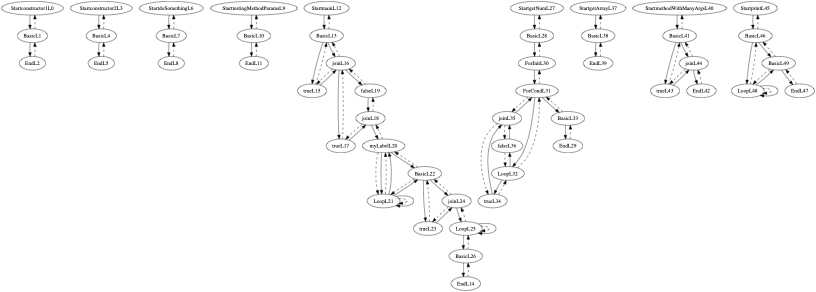
Earlier version of the Graphviz export cfg.png (thomassimko/thesis-code-duplication). Its source is kept beside it as cfg.gv.
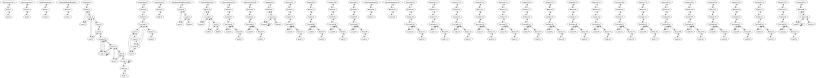
The same file after the commit.

Change to the diagram source:
```diff
@@ -94,16 +94,374 @@
 joinL44 -> EndL42
 EndL42 -> joinL44 [style=dashed]
 BasicL41 -> joinL44
-StartprintL45 -> BasicL46
-BasicL46 -> StartprintL45 [style=dashed]
-BasicL46 -> LoopL48
-LoopL48 -> BasicL46 [style=dashed]
-LoopL48 -> LoopL48 [style=dashed]
-LoopL48 -> LoopL48
-LoopL48 -> BasicL49
-BasicL49 -> BasicL46 [style=dashed]
-BasicL49 -> LoopL48 [style=dashed]
-BasicL49 -> EndL47
-EndL47 -> BasicL49 [style=dashed]
-BasicL46 -> BasicL49
+StartcheckPlanarL45 -> BasicL46
+BasicL46 -> StartcheckPlanarL45 [style=dashed]
+BasicL46 -> trueL48
+trueL48 -> BasicL46 [style=dashed]
+trueL48 -> joinL49
+joinL49 -> trueL48 [style=dashed]
+joinL49 -> BasicL46 [style=dashed]
+joinL49 -> trueL50
+trueL50 -> joinL49 [style=dashed]
+trueL50 -> joinL51
+joinL51 -> trueL50 [style=dashed]
+joinL51 -> joinL49 [style=dashed]
+joinL51 -> EndL47
+EndL47 -> joinL51 [style=dashed]
+joinL49 -> joinL51
+BasicL46 -> joinL49
+StartexactClone1L52 -> BasicL53
+BasicL53 -> StartexactClone1L52 [style=dashed]
+BasicL53 -> ForInitL55
+ForInitL55 -> BasicL53 [style=dashed]
+ForInitL55 -> ForCondL56
+ForCondL56 -> ForInitL55 [style=dashed]
+ForCondL56 -> LoopL57 [style=dashed]
+ForCondL56 -> LoopL57
+LoopL57 -> ForCondL56 [style=dashed]
+LoopL57 -> ForCondL56
+ForCondL56 -> BasicL58
+BasicL58 -> ForCondL56 [style=dashed]
+BasicL58 -> EndL54
+EndL54 -> BasicL58 [style=dashed]
+StartexactClone2L59 -> BasicL60
+BasicL60 -> StartexactClone2L59 [style=dashed]
+BasicL60 -> ForInitL62
+ForInitL62 -> BasicL60 [style=dashed]
+ForInitL62 -> ForCondL63
+ForCondL63 -> ForInitL62 [style=dashed]
+ForCondL63 -> LoopL64 [style=dashed]
+ForCondL63 -> LoopL64
+LoopL64 -> ForCondL63 [style=dashed]
+LoopL64 -> ForCondL63
+ForCondL63 -> BasicL65
+BasicL65 -> ForCondL63 [style=dashed]
+BasicL65 -> EndL61
+EndL61 -> BasicL65 [style=dashed]
+StartprintL66 -> BasicL67
+BasicL67 -> StartprintL66 [style=dashed]
+BasicL67 -> LoopL69
+LoopL69 -> BasicL67 [style=dashed]
+LoopL69 -> LoopL69 [style=dashed]
+LoopL69 -> LoopL69
+LoopL69 -> BasicL70
+BasicL70 -> BasicL67 [style=dashed]
+BasicL70 -> LoopL69 [style=dashed]
+BasicL70 -> EndL68
+EndL68 -> BasicL70 [style=dashed]
+BasicL67 -> BasicL70
+Starttest1L71 -> BasicL72
+BasicL72 -> Starttest1L71 [style=dashed]
+BasicL72 -> ForInitL74
+ForInitL74 -> BasicL72 [style=dashed]
+ForInitL74 -> ForCondL75
+ForCondL75 -> ForInitL74 [style=dashed]
+ForCondL75 -> LoopL76 [style=dashed]
+ForCondL75 -> LoopL76
+LoopL76 -> ForCondL75 [style=dashed]
+LoopL76 -> ForCondL75
+ForCondL75 -> BasicL77
+BasicL77 -> ForCondL75 [style=dashed]
+BasicL77 -> EndL73
+EndL73 -> BasicL77 [style=dashed]
+Starttest2L78 -> BasicL79
+BasicL79 -> Starttest2L78 [style=dashed]
+BasicL79 -> ForInitL81
+ForInitL81 -> BasicL79 [style=dashed]
+ForInitL81 -> ForCondL82
+ForCondL82 -> ForInitL81 [style=dashed]
+ForCondL82 -> LoopL83 [style=dashed]
+ForCondL82 -> LoopL83
+LoopL83 -> ForCondL82 [style=dashed]
+LoopL83 -> ForCondL82
+ForCondL82 -> BasicL84
+BasicL84 -> ForCondL82 [style=dashed]
+BasicL84 -> EndL80
+EndL80 -> BasicL84 [style=dashed]
+Starttest1L85 -> BasicL86
+BasicL86 -> Starttest1L85 [style=dashed]
+BasicL86 -> ForInitL88
+ForInitL88 -> BasicL86 [style=dashed]
+ForInitL88 -> ForCondL89
+ForCondL89 -> ForInitL88 [style=dashed]
+ForCondL89 -> LoopL90 [style=dashed]
+ForCondL89 -> LoopL90
+LoopL90 -> ForCondL89 [style=dashed]
+LoopL90 -> ForCondL89
+ForCondL89 -> BasicL91
+BasicL91 -> ForCondL89 [style=dashed]
+BasicL91 -> EndL87
+EndL87 -> BasicL91 [style=dashed]
+Starttest2L92 -> BasicL93
+BasicL93 -> Starttest2L92 [style=dashed]
+BasicL93 -> ForInitL95
+ForInitL95 -> BasicL93 [style=dashed]
+ForInitL95 -> ForCondL96
+ForCondL96 -> ForInitL95 [style=dashed]
+ForCondL96 -> LoopL97 [style=dashed]
+ForCondL96 -> LoopL97
+LoopL97 -> ForCondL96 [style=dashed]
+LoopL97 -> ForCondL96
+ForCondL96 -> BasicL98
+BasicL98 -> ForCondL96 [style=dashed]
+BasicL98 -> EndL94
+EndL94 -> BasicL98 [style=dashed]
+StartdoSomething1L99 -> BasicL100
+BasicL100 -> StartdoSomething1L99 [style=dashed]
+BasicL100 -> EndL101
+EndL101 -> BasicL100 [style=dashed]
+StartdoSomething2L102 -> BasicL103
+BasicL103 -> StartdoSomething2L102 [style=dashed]
+BasicL103 -> EndL104
+EndL104 -> BasicL103 [style=dashed]
+Starttest1L105 -> BasicL106
+BasicL106 -> Starttest1L105 [style=dashed]
+BasicL106 -> ForInitL108
+ForInitL108 -> BasicL106 [style=dashed]
+ForInitL108 -> ForCondL109
+ForCondL109 -> ForInitL108 [style=dashed]
+ForCondL109 -> LoopL110 [style=dashed]
+ForCondL109 -> LoopL110
+LoopL110 -> ForCondL109 [style=dashed]
+LoopL110 -> ForCondL109
+ForCondL109 -> BasicL111
+BasicL111 -> ForCondL109 [style=dashed]
+BasicL111 -> EndL107
+EndL107 -> BasicL111 [style=dashed]
+Starttest2L112 -> BasicL113
+BasicL113 -> Starttest2L112 [style=dashed]
+BasicL113 -> ForInitL115
+ForInitL115 -> BasicL113 [style=dashed]
+ForInitL115 -> ForCondL116
+ForCondL116 -> ForInitL115 [style=dashed]
+ForCondL116 -> LoopL117 [style=dashed]
+ForCondL116 -> LoopL117
+LoopL117 -> ForCondL116 [style=dashed]
+LoopL117 -> ForCondL116
+ForCondL116 -> BasicL118
+BasicL118 -> ForCondL116 [style=dashed]
+BasicL118 -> EndL114
+EndL114 -> BasicL118 [style=dashed]
+Starttest1L119 -> BasicL120
+BasicL120 -> Starttest1L119 [style=dashed]
+BasicL120 -> ForInitL122
+ForInitL122 -> BasicL120 [style=dashed]
+ForInitL122 -> ForCondL123
+ForCondL123 -> ForInitL122 [style=dashed]
+ForCondL123 -> LoopL124 [style=dashed]
+ForCondL123 -> LoopL124
+LoopL124 -> ForCondL123 [style=dashed]
+LoopL124 -> ForCondL123
+ForCondL123 -> BasicL125
+BasicL125 -> ForCondL123 [style=dashed]
+BasicL125 -> EndL121
+EndL121 -> BasicL125 [style=dashed]
+Starttest2L126 -> BasicL127
+BasicL127 -> Starttest2L126 [style=dashed]
+BasicL127 -> ForInitL129
+ForInitL129 -> BasicL127 [style=dashed]
+ForInitL129 -> ForCondL130
+ForCondL130 -> ForInitL129 [style=dashed]
+ForCondL130 -> LoopL131 [style=dashed]
+ForCondL130 -> LoopL131
+LoopL131 -> ForCondL130 [style=dashed]
+LoopL131 -> ForCondL130
+ForCondL130 -> BasicL132
+BasicL132 -> ForCondL130 [style=dashed]
+BasicL132 -> EndL128
+EndL128 -> BasicL132 [style=dashed]
+Starttest1L133 -> BasicL134
+BasicL134 -> Starttest1L133 [style=dashed]
+BasicL134 -> ForInitL136
+ForInitL136 -> BasicL134 [style=dashed]
+ForInitL136 -> ForCondL137
+ForCondL137 -> ForInitL136 [style=dashed]
+ForCondL137 -> LoopL138 [style=dashed]
+ForCondL137 -> LoopL138
+LoopL138 -> ForCondL137 [style=dashed]
+LoopL138 -> ForCondL137
+ForCondL137 -> BasicL139
+BasicL139 -> ForCondL137 [style=dashed]
+BasicL139 -> EndL135
+EndL135 -> BasicL139 [style=dashed]
+Starttest2L140 -> BasicL141
+BasicL141 -> Starttest2L140 [style=dashed]
+BasicL141 -> ForInitL143
+ForInitL143 -> BasicL141 [style=dashed]
+ForInitL143 -> ForCondL144
+ForCondL144 -> ForInitL143 [style=dashed]
+ForCondL144 -> LoopL145 [style=dashed]
+ForCondL144 -> LoopL145
+LoopL145 -> ForCondL144 [style=dashed]
+LoopL145 -> ForCondL144
+ForCondL144 -> BasicL146
+BasicL146 -> ForCondL144 [style=dashed]
+BasicL146 -> EndL142
+EndL142 -> BasicL146 [style=dashed]
+Starttest1L147 -> BasicL148
+BasicL148 -> Starttest1L147 [style=dashed]
+BasicL148 -> ForInitL150
+ForInitL150 -> BasicL148 [style=dashed]
+ForInitL150 -> ForCondL151
+ForCondL151 -> ForInitL150 [style=dashed]
+ForCondL151 -> LoopL152 [style=dashed]
+ForCondL151 -> LoopL152
+LoopL152 -> ForCondL151 [style=dashed]
+LoopL152 -> ForCondL151
+ForCondL151 -> BasicL153
+BasicL153 -> ForCondL151 [style=dashed]
+BasicL153 -> EndL149
+EndL149 -> BasicL153 [style=dashed]
+Starttest2L154 -> BasicL155
+BasicL155 -> Starttest2L154 [style=dashed]
+BasicL155 -> ForInitL157
+ForInitL157 -> BasicL155 [style=dashed]
+ForInitL157 -> ForCondL158
+ForCondL158 -> ForInitL157 [style=dashed]
+ForCondL158 -> LoopL159 [style=dashed]
+ForCondL158 -> LoopL159
+LoopL159 -> ForCondL158 [style=dashed]
+LoopL159 -> ForCondL158
+ForCondL158 -> BasicL160
+BasicL160 -> ForCondL158 [style=dashed]
+BasicL160 -> EndL156
+EndL156 -> BasicL160 [style=dashed]
+Starttest1L161 -> BasicL162
+BasicL162 -> Starttest1L161 [style=dashed]
+BasicL162 -> ForInitL164
+ForInitL164 -> BasicL162 [style=dashed]
+ForInitL164 -> ForCondL165
+ForCondL165 -> ForInitL164 [style=dashed]
+ForCondL165 -> LoopL166 [style=dashed]
+ForCondL165 -> LoopL166
+LoopL166 -> ForCondL165 [style=dashed]
+LoopL166 -> ForCondL165
+ForCondL165 -> BasicL167
+BasicL167 -> ForCondL165 [style=dashed]
+BasicL167 -> EndL163
+EndL163 -> BasicL167 [style=dashed]
+Starttest2L168 -> BasicL169
+BasicL169 -> Starttest2L168 [style=dashed]
+BasicL169 -> ForInitL171
+ForInitL171 -> BasicL169 [style=dashed]
+ForInitL171 -> ForCondL172
+ForCondL172 -> ForInitL171 [style=dashed]
+ForCondL172 -> LoopL173 [style=dashed]
+ForCondL172 -> LoopL173
+LoopL173 -> ForCondL172 [style=dashed]
+LoopL173 -> ForCondL172
+ForCondL172 -> BasicL174
+BasicL174 -> ForCondL172 [style=dashed]
+BasicL174 -> EndL170
+EndL170 -> BasicL174 [style=dashed]
+Starttest1L175 -> BasicL176
+BasicL176 -> Starttest1L175 [style=dashed]
+BasicL176 -> ForInitL178
+ForInitL178 -> BasicL176 [style=dashed]
+ForInitL178 -> ForCondL179
+ForCondL179 -> ForInitL178 [style=dashed]
+ForCondL179 -> LoopL180 [style=dashed]
+ForCondL179 -> LoopL180
+LoopL180 -> ForCondL179 [style=dashed]
+LoopL180 -> ForCondL179
+ForCondL179 -> BasicL181
+BasicL181 -> ForCondL179 [style=dashed]
+BasicL181 -> EndL177
+EndL177 -> BasicL181 [style=dashed]
+Starttest2L182 -> BasicL183
+BasicL183 -> Starttest2L182 [style=dashed]
+BasicL183 -> ForInitL185
+ForInitL185 -> BasicL183 [style=dashed]
+ForInitL185 -> ForCondL186
+ForCondL186 -> ForInitL185 [style=dashed]
+ForCondL186 -> LoopL187 [style=dashed]
+ForCondL186 -> LoopL187
+LoopL187 -> ForCondL186 [style=dashed]
+LoopL187 -> ForCondL186
+ForCondL186 -> BasicL188
+BasicL188 -> ForCondL186 [style=dashed]
+BasicL188 -> EndL184
+EndL184 -> BasicL188 [style=dashed]
+Starttest1L189 -> BasicL190
+BasicL190 -> Starttest1L189 [style=dashed]
+BasicL190 -> ForInitL192
+ForInitL192 -> BasicL190 [style=dashed]
+ForInitL192 -> ForCondL193
+ForCondL193 -> ForInitL192 [style=dashed]
+ForCondL193 -> LoopL194 [style=dashed]
+ForCondL193 -> LoopL194
+LoopL194 -> ForCondL193 [style=dashed]
+LoopL194 -> ForCondL193
+ForCondL193 -> BasicL195
+BasicL195 -> ForCondL193 [style=dashed]
+BasicL195 -> EndL191
+EndL191 -> BasicL195 [style=dashed]
+Starttest2L196 -> BasicL197
+BasicL197 -> Starttest2L196 [style=dashed]
+BasicL197 -> ForInitL199
+ForInitL199 -> BasicL197 [style=dashed]
+ForInitL199 -> ForCondL200
+ForCondL200 -> ForInitL199 [style=dashed]
+ForCondL200 -> LoopL201 [style=dashed]
+ForCondL200 -> LoopL201
+LoopL201 -> ForCondL200 [style=dashed]
+LoopL201 -> ForCondL200
+ForCondL200 -> BasicL202
+BasicL202 -> ForCondL200 [style=dashed]
+BasicL202 -> EndL198
+EndL198 -> BasicL202 [style=dashed]
+Starttest1L203 -> BasicL204
+BasicL204 -> Starttest1L203 [style=dashed]
+BasicL204 -> ForInitL206
+ForInitL206 -> BasicL204 [style=dashed]
+ForInitL206 -> ForCondL207
+ForCondL207 -> ForInitL206 [style=dashed]
+ForCondL207 -> LoopL208 [style=dashed]
+ForCondL207 -> LoopL208
+LoopL208 -> ForCondL207 [style=dashed]
+LoopL208 -> ForCondL207
+ForCondL207 -> BasicL209
+BasicL209 -> ForCondL207 [style=dashed]
+BasicL209 -> EndL205
+EndL205 -> BasicL209 [style=dashed]
+Starttest2L210 -> BasicL211
+BasicL211 -> Starttest2L210 [style=dashed]
+BasicL211 -> ForInitL213
+ForInitL213 -> BasicL211 [style=dashed]
+ForInitL213 -> ForCondL214
+ForCondL214 -> ForInitL213 [style=dashed]
+ForCondL214 -> LoopL215 [style=dashed]
+ForCondL214 -> LoopL215
+LoopL215 -> ForCondL214 [style=dashed]
+LoopL215 -> ForCondL214
+ForCondL214 -> BasicL216
+BasicL216 -> ForCondL214 [style=dashed]
+BasicL216 -> EndL212
+EndL212 -> BasicL216 [style=dashed]
+Starttest1L217 -> BasicL218
+BasicL218 -> Starttest1L217 [style=dashed]
+BasicL218 -> ForInitL220
+ForInitL220 -> BasicL218 [style=dashed]
+ForInitL220 -> ForCondL221
+ForCondL221 -> ForInitL220 [style=dashed]
+ForCondL221 -> LoopL222 [style=dashed]
+ForCondL221 -> LoopL222
+LoopL222 -> ForCondL221 [style=dashed]
+LoopL222 -> ForCondL221
+ForCondL221 -> BasicL223
+BasicL223 -> ForCondL221 [style=dashed]
+BasicL223 -> EndL219
+EndL219 -> BasicL223 [style=dashed]
+Starttest2L224 -> BasicL225
+BasicL225 -> Starttest2L224 [style=dashed]
+BasicL225 -> LoopL227
+LoopL227 -> BasicL225 [style=dashed]
+LoopL227 -> LoopL227 [style=dashed]
+LoopL227 -> LoopL227
+LoopL227 -> BasicL228
+BasicL228 -> BasicL225 [style=dashed]
+BasicL228 -> LoopL227 [style=dashed]
+BasicL228 -> EndL226
+EndL226 -> BasicL228 [style=dashed]
+BasicL225 -> BasicL228
 }
```
